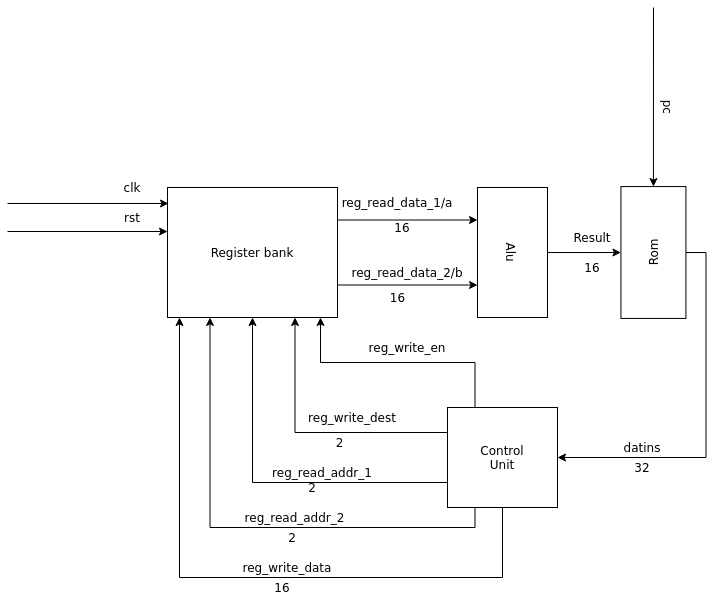
Before: monkey_design.png, a diagram exported from draw.io (Mehrdadghassabi/Monkey_Cpu). Source tidied: cells renumbered, new cells last; positions are measured from the earlier drawing's top-left corner, leaving out a move shared by most shapes.
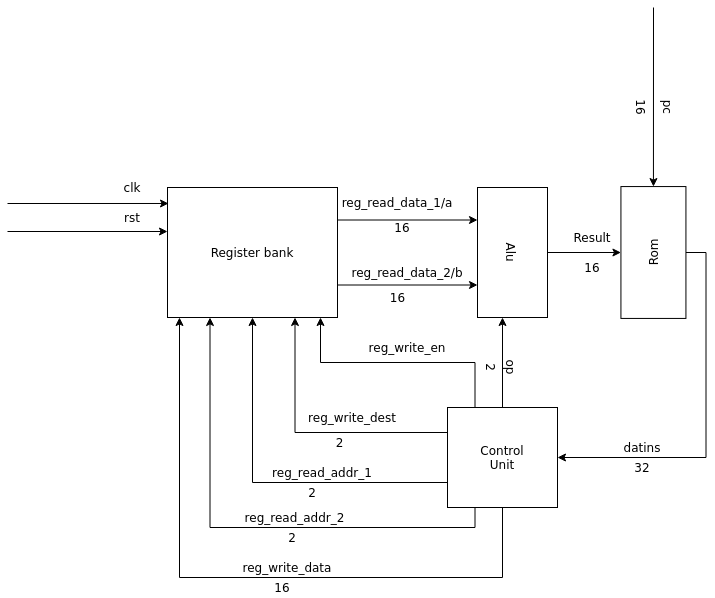
After the change.

Change to the diagram source:
```diff
@@ -89,6 +89,11 @@
         </Array>
       </mxGeometry>
     </mxCell>
+    <mxCell id="38" style="edgeStyle=orthogonalEdgeStyle;rounded=0;jettySize=auto;html=1;exitX=0.5;exitY=0;exitDx=0;exitDy=0;" parent="1" edge="1" source="26">
+      <mxGeometry relative="1" as="geometry">
+        <mxPoint x="495" y="310" as="targetPoint" />
+      </mxGeometry>
+    </mxCell>
     <mxCell id="26" value="&lt;div&gt;Control&lt;/div&gt;&lt;div&gt;Unit&lt;br&gt;&lt;/div&gt;" style="rounded=0;whiteSpace=wrap;html=1;" parent="1" vertex="1">
       <mxGeometry x="440" y="400" width="110" height="100" as="geometry" />
     </mxCell>
@@ -117,7 +122,7 @@
       <mxGeometry x="270" y="520" width="30" height="20" as="geometry" />
     </mxCell>
     <mxCell id="35" value="2" style="text;html=1;strokeColor=none;fillColor=none;align=center;verticalAlign=middle;whiteSpace=wrap;rounded=0;" parent="1" vertex="1">
-      <mxGeometry x="290" y="475" width="30" height="10" as="geometry" />
+      <mxGeometry x="290" y="480" width="30" height="10" as="geometry" />
     </mxCell>
     <mxCell id="36" value="reg_read_addr_2" style="text;html=1;strokeColor=none;fillColor=none;align=center;verticalAlign=middle;whiteSpace=wrap;rounded=0;" parent="1" vertex="1">
       <mxGeometry x="230" y="500" width="115" height="20" as="geometry" />
@@ -125,5 +130,14 @@
     <mxCell id="37" value="reg_read_addr_1" style="text;html=1;strokeColor=none;fillColor=none;align=center;verticalAlign=middle;whiteSpace=wrap;rounded=0;" parent="1" vertex="1">
       <mxGeometry x="260" y="455" width="110" height="20" as="geometry" />
     </mxCell>
+    <mxCell id="39" value="16" style="text;html=1;strokeColor=none;fillColor=none;align=center;verticalAlign=middle;whiteSpace=wrap;rounded=0;rotation=90;" parent="1" vertex="1">
+      <mxGeometry x="620" y="90" width="30" height="20" as="geometry" />
+    </mxCell>
+    <mxCell id="40" value="op" style="text;html=1;strokeColor=none;fillColor=none;align=center;verticalAlign=middle;whiteSpace=wrap;rounded=0;rotation=90;" parent="1" vertex="1">
+      <mxGeometry x="490" y="350" width="30" height="20" as="geometry" />
+    </mxCell>
+    <mxCell id="41" value="2" style="text;html=1;strokeColor=none;fillColor=none;align=center;verticalAlign=middle;whiteSpace=wrap;rounded=0;rotation=90;" parent="1" vertex="1">
+      <mxGeometry x="470" y="350" width="30" height="20" as="geometry" />
+    </mxCell>
   </root>
 </mxGraphModel>
```
